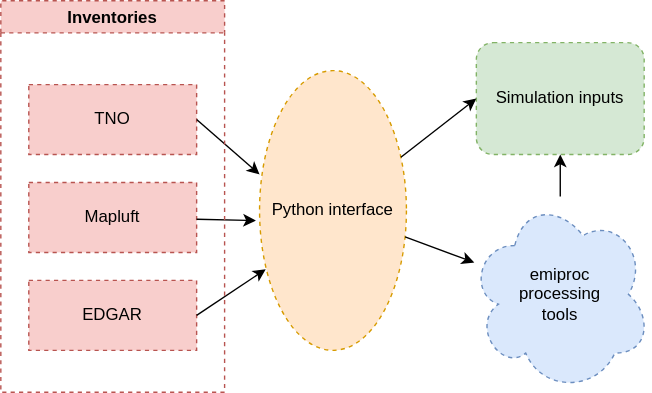
C2SM-RCM/emiproc keeps this draw.io diagram as docs/source/diagrams/pipeline.drawio.svg. Above is the earlier version. Source tidied: cells renumbered, new cells last; positions are measured from the earlier drawing's top-left corner, leaving out a move shared by most shapes.
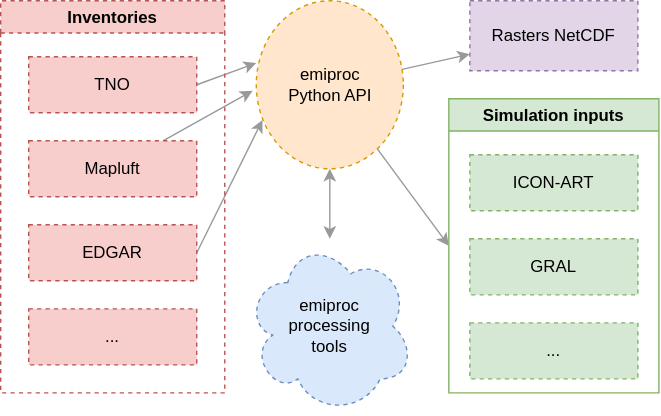
The same file after the commit.

The edit, as a diff of the source:
```diff
@@ -2,44 +2,59 @@
   <root>
     <mxCell id="0" />
     <mxCell id="1" parent="0" />
-    <mxCell id="2" value="TNO" style="rounded=0;whiteSpace=wrap;html=1;dashed=1;fillColor=#f8cecc;strokeColor=#b85450;" parent="1" vertex="1">
-      <mxGeometry x="20" y="60" width="120" height="50" as="geometry" />
-    </mxCell>
-    <mxCell id="3" value="Mapluft" style="rounded=0;whiteSpace=wrap;html=1;dashed=1;fillColor=#f8cecc;strokeColor=#b85450;" parent="1" vertex="1">
-      <mxGeometry x="20" y="130" width="120" height="50" as="geometry" />
-    </mxCell>
-    <mxCell id="4" value="EDGAR" style="rounded=0;whiteSpace=wrap;html=1;dashed=1;fillColor=#f8cecc;strokeColor=#b85450;" parent="1" vertex="1">
-      <mxGeometry x="20" y="200" width="120" height="50" as="geometry" />
-    </mxCell>
-    <mxCell id="5" value="Python interface" style="ellipse;whiteSpace=wrap;html=1;dashed=1;fillColor=#ffe6cc;strokeColor=#d79b00;" parent="1" vertex="1">
-      <mxGeometry x="185" y="50" width="105" height="200" as="geometry" />
+    <mxCell id="5" value="emiproc&lt;br&gt;Python API" style="ellipse;whiteSpace=wrap;html=1;dashed=1;fillColor=#ffe6cc;strokeColor=#d79b00;" parent="1" vertex="1">
+      <mxGeometry x="182.5" width="105" height="120" as="geometry" />
     </mxCell>
-    <mxCell id="6" style="endArrow=classic;html=1;rounded=0;exitX=1;exitY=0.5;exitDx=0;exitDy=0;entryX=0;entryY=0.371;entryDx=0;entryDy=0;entryPerimeter=0;" parent="1" edge="1" source="2" target="5">
+    <mxCell id="6" style="endArrow=classic;html=1;rounded=0;exitX=1;exitY=0.5;exitDx=0;exitDy=0;entryX=0;entryY=0.371;entryDx=0;entryDy=0;entryPerimeter=0;fillColor=#f5f5f5;strokeColor=#999999;" parent="1" edge="1" source="2" target="5">
       <mxGeometry relative="1" as="geometry" />
     </mxCell>
-    <mxCell id="7" style="endArrow=classic;html=1;rounded=0;entryX=-0.025;entryY=0.536;entryDx=0;entryDy=0;entryPerimeter=0;" parent="1" edge="1" source="3" target="5">
+    <mxCell id="7" style="endArrow=classic;html=1;rounded=0;entryX=-0.025;entryY=0.536;entryDx=0;entryDy=0;entryPerimeter=0;fillColor=#f5f5f5;strokeColor=#999999;" parent="1" edge="1" source="3" target="5">
       <mxGeometry relative="1" as="geometry" />
     </mxCell>
-    <mxCell id="8" style="endArrow=classic;html=1;rounded=0;exitX=1;exitY=0.5;exitDx=0;exitDy=0;entryX=0.042;entryY=0.71;entryDx=0;entryDy=0;entryPerimeter=0;" parent="1" edge="1" source="4" target="5">
+    <mxCell id="8" style="endArrow=classic;html=1;rounded=0;exitX=1;exitY=0.5;exitDx=0;exitDy=0;entryX=0.042;entryY=0.71;entryDx=0;entryDy=0;entryPerimeter=0;fillColor=#f5f5f5;strokeColor=#999999;" parent="1" edge="1" source="4" target="5">
       <mxGeometry relative="1" as="geometry" />
     </mxCell>
     <mxCell id="9" value="emiproc&lt;br&gt;processing&lt;br&gt;tools" style="ellipse;shape=cloud;whiteSpace=wrap;html=1;dashed=1;fillColor=#dae8fc;strokeColor=#6c8ebf;" parent="1" vertex="1">
-      <mxGeometry x="335" y="140" width="130" height="140" as="geometry" />
+      <mxGeometry x="175" y="170" width="120" height="125" as="geometry" />
     </mxCell>
-    <mxCell id="10" style="endArrow=classic;html=1;rounded=0;" parent="1" edge="1" source="5" target="9">
-      <mxGeometry relative="1" as="geometry" />
-    </mxCell>
+    <mxCell id="12" style="endArrow=classic;html=1;rounded=0;entryX=0;entryY=0.5;entryDx=0;entryDy=0;fillColor=#f5f5f5;strokeColor=#999999;" parent="1" edge="1" source="5" target="11">
+      <mxGeometry relative="1" as="geometry" />
+    </mxCell>
+    <mxCell id="14" value="Inventories" style="swimlane;dashed=1;fillColor=#f8cecc;strokeColor=#b85450;" parent="1" vertex="1">
+      <mxGeometry width="160" height="280" as="geometry" />
+    </mxCell>
+    <mxCell id="3" value="Mapluft" style="rounded=0;whiteSpace=wrap;html=1;dashed=1;fillColor=#f8cecc;strokeColor=#b85450;" parent="14" vertex="1">
+      <mxGeometry x="20" y="100" width="120" height="40" as="geometry" />
+    </mxCell>
+    <mxCell id="4" value="EDGAR" style="rounded=0;whiteSpace=wrap;html=1;dashed=1;fillColor=#f8cecc;strokeColor=#b85450;" parent="14" vertex="1">
+      <mxGeometry x="20" y="160" width="120" height="40" as="geometry" />
+    </mxCell>
+    <mxCell id="15" value="..." style="rounded=0;whiteSpace=wrap;html=1;dashed=1;fillColor=#f8cecc;strokeColor=#b85450;" parent="14" vertex="1">
+      <mxGeometry x="20" y="220" width="120" height="40" as="geometry" />
+    </mxCell>
+    <mxCell id="2" value="TNO" style="rounded=0;whiteSpace=wrap;html=1;dashed=1;fillColor=#f8cecc;strokeColor=#b85450;" parent="14" vertex="1">
+      <mxGeometry x="20" y="40" width="120" height="40" as="geometry" />
+    </mxCell>
-    <mxCell id="11" value="Simulation inputs" style="rounded=1;whiteSpace=wrap;html=1;dashed=1;fillColor=#d5e8d4;strokeColor=#82b366;" parent="1" vertex="1">
-      <mxGeometry x="340" y="30" width="120" height="80" as="geometry" />
+    <mxCell id="11" value="Simulation inputs" style="swimlane;fillColor=#d5e8d4;strokeColor=#82b366;" parent="1" vertex="1">
+      <mxGeometry x="320" y="70" width="150" height="210" as="geometry" />
     </mxCell>
-    <mxCell id="12" style="endArrow=classic;html=1;rounded=0;entryX=0;entryY=0.5;entryDx=0;entryDy=0;" parent="1" edge="1" source="5" target="11">
-      <mxGeometry relative="1" as="geometry" />
-    </mxCell>
-    <mxCell id="13" style="endArrow=classic;html=1;rounded=0;" parent="1" edge="1" source="9" target="11">
-      <mxGeometry relative="1" as="geometry" />
-    </mxCell>
-    <mxCell id="14" value="Inventories" style="swimlane;dashed=1;fillColor=#f8cecc;strokeColor=#b85450;" parent="1" vertex="1">
-      <mxGeometry width="160" height="280" as="geometry" />
-    </mxCell>
+    <mxCell id="16" value="ICON-ART" style="rounded=0;whiteSpace=wrap;html=1;dashed=1;fillColor=#d5e8d4;strokeColor=#82b366;" parent="11" vertex="1">
+      <mxGeometry x="15" y="40" width="120" height="40" as="geometry" />
+    </mxCell>
+    <mxCell id="17" value="GRAL" style="rounded=0;whiteSpace=wrap;html=1;dashed=1;fillColor=#d5e8d4;strokeColor=#82b366;" parent="11" vertex="1">
+      <mxGeometry x="15" y="100" width="120" height="40" as="geometry" />
+    </mxCell>
+    <mxCell id="18" value="..." style="rounded=0;whiteSpace=wrap;html=1;dashed=1;fillColor=#d5e8d4;strokeColor=#82b366;" parent="11" vertex="1">
+      <mxGeometry x="15" y="160" width="120" height="40" as="geometry" />
+    </mxCell>
+    <mxCell id="19" style="endArrow=classic;html=1;rounded=0;fillColor=#f5f5f5;strokeColor=#999999;startArrow=classic;startFill=1;" parent="1" edge="1" source="9" target="5">
+      <mxGeometry relative="1" as="geometry" />
+    </mxCell>
+    <mxCell id="20" value="Rasters NetCDF" style="rounded=0;whiteSpace=wrap;html=1;dashed=1;fillColor=#e1d5e7;strokeColor=#9673a6;" parent="1" vertex="1">
+      <mxGeometry x="335" width="120" height="50" as="geometry" />
+    </mxCell>
+    <mxCell id="21" style="endArrow=classic;html=1;rounded=0;fillColor=#f5f5f5;strokeColor=#999999;" parent="1" edge="1" source="5" target="20">
+      <mxGeometry relative="1" as="geometry" />
+    </mxCell>
   </root>
 </mxGraphModel>
```
